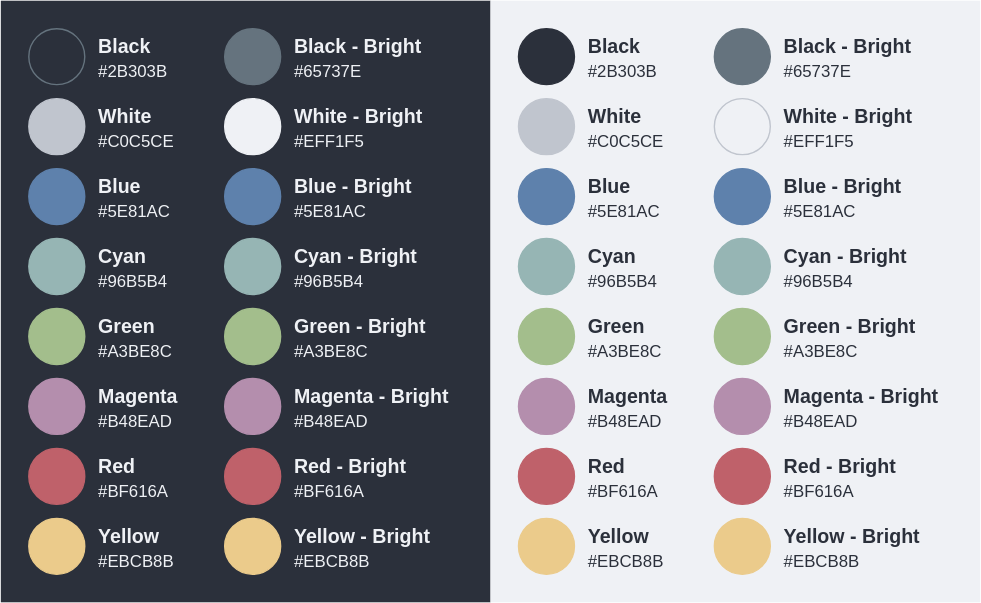
Before: _/base16.svg, a diagram exported from draw.io (kieranpotts/ocean). Source tidied: cells renumbered, new cells last; positions are measured from the earlier drawing's top-left corner, leaving out a move shared by most shapes.
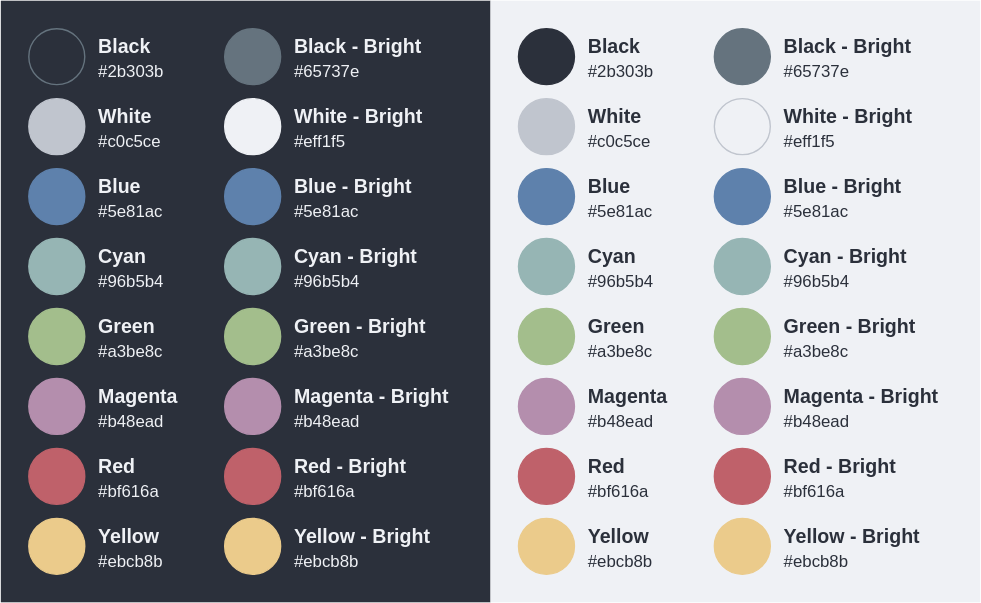
The same file after the commit.

Change to the diagram source:
```diff
@@ -31,24 +31,24 @@
     </mxCell>
-    <mxCell id="11" value="&lt;b&gt;Black&lt;/b&gt;&lt;br&gt;&lt;font style=&quot;font-size: 12px;&quot;&gt;#2B303B&lt;/font&gt;" style="text;html=1;strokeColor=none;fillColor=none;align=left;verticalAlign=top;whiteSpace=wrap;rounded=0;fontColor=#EFF1F5;spacing=0;fontSize=14;" parent="1" vertex="1">
+    <mxCell id="11" value="&lt;b&gt;Black&lt;/b&gt;&lt;br&gt;&lt;font style=&quot;font-size: 12px;&quot;&gt;#2b303b&lt;/font&gt;" style="text;html=1;strokeColor=none;fillColor=none;align=left;verticalAlign=top;whiteSpace=wrap;rounded=0;fontColor=#EFF1F5;spacing=0;fontSize=14;" parent="1" vertex="1">
       <mxGeometry x="70" y="20" width="90" height="40" as="geometry" />
     </mxCell>
-    <mxCell id="12" value="&lt;b&gt;Blue&lt;/b&gt;&lt;br&gt;&lt;font style=&quot;font-size: 12px;&quot;&gt;#5E81AC&lt;/font&gt;" style="text;html=1;strokeColor=none;fillColor=none;align=left;verticalAlign=top;whiteSpace=wrap;rounded=0;fontColor=#EFF1F5;spacing=0;fontSize=14;" parent="1" vertex="1">
+    <mxCell id="12" value="&lt;b&gt;Blue&lt;/b&gt;&lt;br&gt;&lt;font style=&quot;font-size: 12px;&quot;&gt;#5e81ac&lt;/font&gt;" style="text;html=1;strokeColor=none;fillColor=none;align=left;verticalAlign=top;whiteSpace=wrap;rounded=0;fontColor=#EFF1F5;spacing=0;fontSize=14;" parent="1" vertex="1">
       <mxGeometry x="70" y="120" width="90" height="40" as="geometry" />
     </mxCell>
-    <mxCell id="13" value="&lt;b&gt;Cyan&lt;/b&gt;&lt;br&gt;&lt;font style=&quot;font-size: 12px;&quot;&gt;#96B5B4&lt;/font&gt;" style="text;html=1;strokeColor=none;fillColor=none;align=left;verticalAlign=top;whiteSpace=wrap;rounded=0;fontColor=#EFF1F5;spacing=0;fontSize=14;" parent="1" vertex="1">
+    <mxCell id="13" value="&lt;b&gt;Cyan&lt;/b&gt;&lt;br&gt;&lt;font style=&quot;font-size: 12px;&quot;&gt;#96b5b4&lt;/font&gt;" style="text;html=1;strokeColor=none;fillColor=none;align=left;verticalAlign=top;whiteSpace=wrap;rounded=0;fontColor=#EFF1F5;spacing=0;fontSize=14;" parent="1" vertex="1">
       <mxGeometry x="70" y="170" width="90" height="40" as="geometry" />
     </mxCell>
-    <mxCell id="14" value="&lt;b&gt;Green&lt;/b&gt;&lt;br&gt;&lt;font style=&quot;font-size: 12px;&quot;&gt;#A3BE8C&lt;/font&gt;" style="text;html=1;strokeColor=none;fillColor=none;align=left;verticalAlign=top;whiteSpace=wrap;rounded=0;fontColor=#EFF1F5;spacing=0;fontSize=14;" parent="1" vertex="1">
+    <mxCell id="14" value="&lt;b&gt;Green&lt;/b&gt;&lt;br&gt;&lt;font style=&quot;font-size: 12px;&quot;&gt;#a3be8c&lt;/font&gt;" style="text;html=1;strokeColor=none;fillColor=none;align=left;verticalAlign=top;whiteSpace=wrap;rounded=0;fontColor=#EFF1F5;spacing=0;fontSize=14;" parent="1" vertex="1">
       <mxGeometry x="70" y="220" width="90" height="40" as="geometry" />
     </mxCell>
-    <mxCell id="15" value="&lt;b&gt;Magenta&lt;/b&gt;&lt;br&gt;&lt;font style=&quot;font-size: 12px;&quot;&gt;#B48EAD&lt;/font&gt;" style="text;html=1;strokeColor=none;fillColor=none;align=left;verticalAlign=top;whiteSpace=wrap;rounded=0;fontColor=#EFF1F5;spacing=0;fontSize=14;" parent="1" vertex="1">
+    <mxCell id="15" value="&lt;b&gt;Magenta&lt;/b&gt;&lt;br&gt;&lt;font style=&quot;font-size: 12px;&quot;&gt;#b48ead&lt;/font&gt;" style="text;html=1;strokeColor=none;fillColor=none;align=left;verticalAlign=top;whiteSpace=wrap;rounded=0;fontColor=#EFF1F5;spacing=0;fontSize=14;" parent="1" vertex="1">
       <mxGeometry x="70" y="270" width="90" height="40" as="geometry" />
     </mxCell>
-    <mxCell id="16" value="&lt;b&gt;Red&lt;/b&gt;&lt;br&gt;&lt;font style=&quot;font-size: 12px;&quot;&gt;#BF616A&lt;/font&gt;" style="text;html=1;strokeColor=none;fillColor=none;align=left;verticalAlign=top;whiteSpace=wrap;rounded=0;fontColor=#EFF1F5;spacing=0;fontSize=14;" parent="1" vertex="1">
+    <mxCell id="16" value="&lt;b&gt;Red&lt;/b&gt;&lt;br&gt;&lt;font style=&quot;font-size: 12px;&quot;&gt;#bf616a&lt;/font&gt;" style="text;html=1;strokeColor=none;fillColor=none;align=left;verticalAlign=top;whiteSpace=wrap;rounded=0;fontColor=#EFF1F5;spacing=0;fontSize=14;" parent="1" vertex="1">
       <mxGeometry x="70" y="320" width="90" height="40" as="geometry" />
     </mxCell>
-    <mxCell id="17" value="&lt;b&gt;White&lt;/b&gt;&lt;br&gt;&lt;font style=&quot;font-size: 12px;&quot;&gt;#C0C5CE&lt;/font&gt;" style="text;html=1;strokeColor=none;fillColor=none;align=left;verticalAlign=top;whiteSpace=wrap;rounded=0;fontColor=#EFF1F5;spacing=0;fontSize=14;" parent="1" vertex="1">
+    <mxCell id="17" value="&lt;b&gt;White&lt;/b&gt;&lt;br&gt;&lt;font style=&quot;font-size: 12px;&quot;&gt;#c0c5ce&lt;/font&gt;" style="text;html=1;strokeColor=none;fillColor=none;align=left;verticalAlign=top;whiteSpace=wrap;rounded=0;fontColor=#EFF1F5;spacing=0;fontSize=14;" parent="1" vertex="1">
       <mxGeometry x="70" y="70" width="90" height="40" as="geometry" />
     </mxCell>
-    <mxCell id="18" value="&lt;b&gt;Yellow&lt;/b&gt;&lt;br&gt;&lt;font style=&quot;font-size: 12px;&quot;&gt;#EBCB8B&lt;/font&gt;" style="text;html=1;strokeColor=none;fillColor=none;align=left;verticalAlign=top;whiteSpace=wrap;rounded=0;fontColor=#EFF1F5;spacing=0;fontSize=14;" parent="1" vertex="1">
+    <mxCell id="18" value="&lt;b&gt;Yellow&lt;/b&gt;&lt;br&gt;&lt;font style=&quot;font-size: 12px;&quot;&gt;#ebcb8b&lt;/font&gt;" style="text;html=1;strokeColor=none;fillColor=none;align=left;verticalAlign=top;whiteSpace=wrap;rounded=0;fontColor=#EFF1F5;spacing=0;fontSize=14;" parent="1" vertex="1">
       <mxGeometry x="70" y="370" width="90" height="40" as="geometry" />
@@ -79,24 +79,24 @@
     </mxCell>
-    <mxCell id="27" value="&lt;b&gt;Black - Bright&lt;/b&gt;&lt;br&gt;&lt;font style=&quot;font-size: 12px;&quot;&gt;#65737E&lt;/font&gt;" style="text;html=1;strokeColor=none;fillColor=none;align=left;verticalAlign=top;whiteSpace=wrap;rounded=0;fontColor=#EFF1F5;spacing=0;fontSize=14;" parent="1" vertex="1">
+    <mxCell id="27" value="&lt;b&gt;Black - Bright&lt;/b&gt;&lt;br&gt;&lt;font style=&quot;font-size: 12px;&quot;&gt;#65737e&lt;/font&gt;" style="text;html=1;strokeColor=none;fillColor=none;align=left;verticalAlign=top;whiteSpace=wrap;rounded=0;fontColor=#EFF1F5;spacing=0;fontSize=14;" parent="1" vertex="1">
       <mxGeometry x="210" y="20" width="120" height="40" as="geometry" />
     </mxCell>
-    <mxCell id="28" value="&lt;b&gt;Blue - Bright&lt;/b&gt;&lt;br&gt;&lt;font style=&quot;font-size: 12px;&quot;&gt;#5E81AC&lt;/font&gt;" style="text;html=1;strokeColor=none;fillColor=none;align=left;verticalAlign=top;whiteSpace=wrap;rounded=0;fontColor=#EFF1F5;spacing=0;fontSize=14;" parent="1" vertex="1">
+    <mxCell id="28" value="&lt;b&gt;Blue - Bright&lt;/b&gt;&lt;br&gt;&lt;font style=&quot;font-size: 12px;&quot;&gt;#&lt;/font&gt;&lt;span style=&quot;font-size: 12px;&quot;&gt;5e81ac&lt;/span&gt;" style="text;html=1;strokeColor=none;fillColor=none;align=left;verticalAlign=top;whiteSpace=wrap;rounded=0;fontColor=#EFF1F5;spacing=0;fontSize=14;" parent="1" vertex="1">
       <mxGeometry x="210" y="120" width="120" height="40" as="geometry" />
     </mxCell>
-    <mxCell id="29" value="&lt;b&gt;Cyan - Bright&lt;/b&gt;&lt;br&gt;&lt;font style=&quot;font-size: 12px;&quot;&gt;#96B5B4&lt;/font&gt;" style="text;html=1;strokeColor=none;fillColor=none;align=left;verticalAlign=top;whiteSpace=wrap;rounded=0;fontColor=#EFF1F5;spacing=0;fontSize=14;" parent="1" vertex="1">
+    <mxCell id="29" value="&lt;b&gt;Cyan - Bright&lt;/b&gt;&lt;br&gt;&lt;font style=&quot;font-size: 12px;&quot;&gt;#&lt;/font&gt;&lt;span style=&quot;font-size: 12px;&quot;&gt;96b5b4&lt;/span&gt;" style="text;html=1;strokeColor=none;fillColor=none;align=left;verticalAlign=top;whiteSpace=wrap;rounded=0;fontColor=#EFF1F5;spacing=0;fontSize=14;" parent="1" vertex="1">
       <mxGeometry x="210" y="170" width="120" height="40" as="geometry" />
     </mxCell>
-    <mxCell id="30" value="&lt;b&gt;Green - Bright&lt;/b&gt;&lt;br&gt;&lt;font style=&quot;font-size: 12px;&quot;&gt;#A3BE8C&lt;/font&gt;" style="text;html=1;strokeColor=none;fillColor=none;align=left;verticalAlign=top;whiteSpace=wrap;rounded=0;fontColor=#EFF1F5;spacing=0;fontSize=14;" parent="1" vertex="1">
+    <mxCell id="30" value="&lt;b&gt;Green - Bright&lt;/b&gt;&lt;br&gt;&lt;font style=&quot;font-size: 12px;&quot;&gt;#&lt;/font&gt;&lt;span style=&quot;font-size: 12px;&quot;&gt;a3be8c&lt;/span&gt;" style="text;html=1;strokeColor=none;fillColor=none;align=left;verticalAlign=top;whiteSpace=wrap;rounded=0;fontColor=#EFF1F5;spacing=0;fontSize=14;" parent="1" vertex="1">
       <mxGeometry x="210" y="220" width="120" height="40" as="geometry" />
     </mxCell>
-    <mxCell id="31" value="&lt;b&gt;Magenta - Bright&lt;/b&gt;&lt;br&gt;&lt;font style=&quot;font-size: 12px;&quot;&gt;#B48EAD&lt;/font&gt;" style="text;html=1;strokeColor=none;fillColor=none;align=left;verticalAlign=top;whiteSpace=wrap;rounded=0;fontColor=#EFF1F5;spacing=0;fontSize=14;" parent="1" vertex="1">
+    <mxCell id="31" value="&lt;b&gt;Magenta - Bright&lt;/b&gt;&lt;br&gt;&lt;font style=&quot;font-size: 12px;&quot;&gt;#&lt;/font&gt;&lt;span style=&quot;font-size: 12px;&quot;&gt;b48ead&lt;/span&gt;" style="text;html=1;strokeColor=none;fillColor=none;align=left;verticalAlign=top;whiteSpace=wrap;rounded=0;fontColor=#EFF1F5;spacing=0;fontSize=14;" parent="1" vertex="1">
       <mxGeometry x="210" y="270" width="120" height="40" as="geometry" />
     </mxCell>
-    <mxCell id="32" value="&lt;b&gt;Red - Bright&lt;/b&gt;&lt;br&gt;&lt;font style=&quot;font-size: 12px;&quot;&gt;#BF616A&lt;/font&gt;" style="text;html=1;strokeColor=none;fillColor=none;align=left;verticalAlign=top;whiteSpace=wrap;rounded=0;fontColor=#EFF1F5;spacing=0;fontSize=14;" parent="1" vertex="1">
+    <mxCell id="32" value="&lt;b&gt;Red - Bright&lt;/b&gt;&lt;br&gt;&lt;font style=&quot;font-size: 12px;&quot;&gt;#&lt;/font&gt;&lt;span style=&quot;font-size: 12px;&quot;&gt;bf616a&lt;/span&gt;" style="text;html=1;strokeColor=none;fillColor=none;align=left;verticalAlign=top;whiteSpace=wrap;rounded=0;fontColor=#EFF1F5;spacing=0;fontSize=14;" parent="1" vertex="1">
       <mxGeometry x="210" y="320" width="120" height="40" as="geometry" />
     </mxCell>
-    <mxCell id="33" value="&lt;b&gt;White - Bright&lt;/b&gt;&lt;br&gt;&lt;font style=&quot;font-size: 12px;&quot;&gt;#EFF1F5&lt;/font&gt;" style="text;html=1;strokeColor=none;fillColor=none;align=left;verticalAlign=top;whiteSpace=wrap;rounded=0;fontColor=#EFF1F5;spacing=0;fontSize=14;" parent="1" vertex="1">
+    <mxCell id="33" value="&lt;b&gt;White - Bright&lt;/b&gt;&lt;br&gt;&lt;font style=&quot;font-size: 12px;&quot;&gt;#eff1f5&lt;/font&gt;" style="text;html=1;strokeColor=none;fillColor=none;align=left;verticalAlign=top;whiteSpace=wrap;rounded=0;fontColor=#EFF1F5;spacing=0;fontSize=14;" parent="1" vertex="1">
       <mxGeometry x="210" y="70" width="120" height="40" as="geometry" />
     </mxCell>
-    <mxCell id="34" value="&lt;b&gt;Yellow - Bright&lt;/b&gt;&lt;br&gt;&lt;font style=&quot;font-size: 12px;&quot;&gt;#EBCB8B&lt;/font&gt;" style="text;html=1;strokeColor=none;fillColor=none;align=left;verticalAlign=top;whiteSpace=wrap;rounded=0;fontColor=#EFF1F5;spacing=0;fontSize=14;" parent="1" vertex="1">
+    <mxCell id="34" value="&lt;b&gt;Yellow - Bright&lt;/b&gt;&lt;br&gt;&lt;font style=&quot;font-size: 12px;&quot;&gt;#&lt;/font&gt;&lt;span style=&quot;font-size: 12px;&quot;&gt;ebcb8b&lt;/span&gt;" style="text;html=1;strokeColor=none;fillColor=none;align=left;verticalAlign=top;whiteSpace=wrap;rounded=0;fontColor=#EFF1F5;spacing=0;fontSize=14;" parent="1" vertex="1">
       <mxGeometry x="210" y="370" width="120" height="40" as="geometry" />
@@ -130,24 +130,24 @@
     </mxCell>
-    <mxCell id="44" value="&lt;b&gt;Black&lt;/b&gt;&lt;br&gt;&lt;font style=&quot;font-size: 12px;&quot;&gt;#2B303B&lt;/font&gt;" style="text;html=1;strokeColor=none;fillColor=none;align=left;verticalAlign=top;whiteSpace=wrap;rounded=0;fontColor=#2B303B;spacing=0;fontSize=14;" parent="1" vertex="1">
+    <mxCell id="44" value="&lt;b&gt;Black&lt;/b&gt;&lt;br&gt;&lt;font style=&quot;font-size: 12px;&quot;&gt;#2b303b&lt;/font&gt;" style="text;html=1;strokeColor=none;fillColor=none;align=left;verticalAlign=top;whiteSpace=wrap;rounded=0;fontColor=#2B303B;spacing=0;fontSize=14;" parent="1" vertex="1">
       <mxGeometry x="420" y="20" width="90" height="40" as="geometry" />
     </mxCell>
-    <mxCell id="45" value="&lt;b&gt;Blue&lt;/b&gt;&lt;br&gt;&lt;font style=&quot;font-size: 12px;&quot;&gt;#5E81AC&lt;/font&gt;" style="text;html=1;strokeColor=none;fillColor=none;align=left;verticalAlign=top;whiteSpace=wrap;rounded=0;fontColor=#2B303B;spacing=0;fontSize=14;" parent="1" vertex="1">
+    <mxCell id="45" value="&lt;b&gt;Blue&lt;/b&gt;&lt;br&gt;&lt;font style=&quot;font-size: 12px;&quot;&gt;#5e81ac&lt;/font&gt;" style="text;html=1;strokeColor=none;fillColor=none;align=left;verticalAlign=top;whiteSpace=wrap;rounded=0;fontColor=#2B303B;spacing=0;fontSize=14;" parent="1" vertex="1">
       <mxGeometry x="420" y="120" width="90" height="40" as="geometry" />
     </mxCell>
-    <mxCell id="46" value="&lt;b&gt;Cyan&lt;/b&gt;&lt;br&gt;&lt;font style=&quot;font-size: 12px;&quot;&gt;#96B5B4&lt;/font&gt;" style="text;html=1;strokeColor=none;fillColor=none;align=left;verticalAlign=top;whiteSpace=wrap;rounded=0;fontColor=#2B303B;spacing=0;fontSize=14;" parent="1" vertex="1">
+    <mxCell id="46" value="&lt;b&gt;Cyan&lt;/b&gt;&lt;br&gt;&lt;font style=&quot;font-size: 12px;&quot;&gt;#96b5b4&lt;/font&gt;" style="text;html=1;strokeColor=none;fillColor=none;align=left;verticalAlign=top;whiteSpace=wrap;rounded=0;fontColor=#2B303B;spacing=0;fontSize=14;" parent="1" vertex="1">
       <mxGeometry x="420" y="170" width="90" height="40" as="geometry" />
     </mxCell>
-    <mxCell id="47" value="&lt;b&gt;Green&lt;/b&gt;&lt;br&gt;&lt;font style=&quot;font-size: 12px;&quot;&gt;#A3BE8C&lt;/font&gt;" style="text;html=1;strokeColor=none;fillColor=none;align=left;verticalAlign=top;whiteSpace=wrap;rounded=0;fontColor=#2B303B;spacing=0;fontSize=14;" parent="1" vertex="1">
+    <mxCell id="47" value="&lt;b&gt;Green&lt;/b&gt;&lt;br&gt;&lt;font style=&quot;font-size: 12px;&quot;&gt;#a3be8c&lt;/font&gt;" style="text;html=1;strokeColor=none;fillColor=none;align=left;verticalAlign=top;whiteSpace=wrap;rounded=0;fontColor=#2B303B;spacing=0;fontSize=14;" parent="1" vertex="1">
       <mxGeometry x="420" y="220" width="90" height="40" as="geometry" />
     </mxCell>
-    <mxCell id="48" value="&lt;b&gt;Magenta&lt;/b&gt;&lt;br&gt;&lt;font style=&quot;font-size: 12px;&quot;&gt;#B48EAD&lt;/font&gt;" style="text;html=1;strokeColor=none;fillColor=none;align=left;verticalAlign=top;whiteSpace=wrap;rounded=0;fontColor=#2B303B;spacing=0;fontSize=14;" parent="1" vertex="1">
+    <mxCell id="48" value="&lt;b&gt;Magenta&lt;/b&gt;&lt;br&gt;&lt;font style=&quot;font-size: 12px;&quot;&gt;#b48ead&lt;/font&gt;" style="text;html=1;strokeColor=none;fillColor=none;align=left;verticalAlign=top;whiteSpace=wrap;rounded=0;fontColor=#2B303B;spacing=0;fontSize=14;" parent="1" vertex="1">
       <mxGeometry x="420" y="270" width="90" height="40" as="geometry" />
     </mxCell>
-    <mxCell id="49" value="&lt;b&gt;Red&lt;/b&gt;&lt;br&gt;&lt;font style=&quot;font-size: 12px;&quot;&gt;#BF616A&lt;/font&gt;" style="text;html=1;strokeColor=none;fillColor=none;align=left;verticalAlign=top;whiteSpace=wrap;rounded=0;fontColor=#2B303B;spacing=0;fontSize=14;" parent="1" vertex="1">
+    <mxCell id="49" value="&lt;b&gt;Red&lt;/b&gt;&lt;br&gt;&lt;font style=&quot;font-size: 12px;&quot;&gt;#bf616a&lt;/font&gt;" style="text;html=1;strokeColor=none;fillColor=none;align=left;verticalAlign=top;whiteSpace=wrap;rounded=0;fontColor=#2B303B;spacing=0;fontSize=14;" parent="1" vertex="1">
       <mxGeometry x="420" y="320" width="90" height="40" as="geometry" />
     </mxCell>
-    <mxCell id="50" value="&lt;b&gt;White&lt;/b&gt;&lt;br&gt;&lt;font style=&quot;font-size: 12px;&quot;&gt;#C0C5CE&lt;/font&gt;" style="text;html=1;strokeColor=none;fillColor=none;align=left;verticalAlign=top;whiteSpace=wrap;rounded=0;fontColor=#2B303B;spacing=0;fontSize=14;" parent="1" vertex="1">
+    <mxCell id="50" value="&lt;b&gt;White&lt;/b&gt;&lt;br&gt;&lt;font style=&quot;font-size: 12px;&quot;&gt;#c0c5ce&lt;/font&gt;" style="text;html=1;strokeColor=none;fillColor=none;align=left;verticalAlign=top;whiteSpace=wrap;rounded=0;fontColor=#2B303B;spacing=0;fontSize=14;" parent="1" vertex="1">
       <mxGeometry x="420" y="70" width="90" height="40" as="geometry" />
     </mxCell>
-    <mxCell id="51" value="&lt;b&gt;Yellow&lt;/b&gt;&lt;br&gt;&lt;font style=&quot;font-size: 12px;&quot;&gt;#EBCB8B&lt;/font&gt;" style="text;html=1;strokeColor=none;fillColor=none;align=left;verticalAlign=top;whiteSpace=wrap;rounded=0;fontColor=#2B303B;spacing=0;fontSize=14;" parent="1" vertex="1">
+    <mxCell id="51" value="&lt;b&gt;Yellow&lt;/b&gt;&lt;br&gt;&lt;font style=&quot;font-size: 12px;&quot;&gt;#ebcb8b&lt;/font&gt;" style="text;html=1;strokeColor=none;fillColor=none;align=left;verticalAlign=top;whiteSpace=wrap;rounded=0;fontColor=#2B303B;spacing=0;fontSize=14;" parent="1" vertex="1">
       <mxGeometry x="420" y="370" width="90" height="40" as="geometry" />
@@ -178,24 +178,24 @@
     </mxCell>
-    <mxCell id="60" value="&lt;b&gt;Black - Bright&lt;/b&gt;&lt;br&gt;&lt;font style=&quot;font-size: 12px;&quot;&gt;#65737E&lt;/font&gt;" style="text;html=1;strokeColor=none;fillColor=none;align=left;verticalAlign=top;whiteSpace=wrap;rounded=0;fontColor=#2B303B;spacing=0;fontSize=14;" parent="1" vertex="1">
+    <mxCell id="60" value="&lt;b&gt;Black - Bright&lt;/b&gt;&lt;br&gt;&lt;font style=&quot;font-size: 12px;&quot;&gt;#65737e&lt;/font&gt;" style="text;html=1;strokeColor=none;fillColor=none;align=left;verticalAlign=top;whiteSpace=wrap;rounded=0;fontColor=#2B303B;spacing=0;fontSize=14;" parent="1" vertex="1">
       <mxGeometry x="560" y="20" width="120" height="40" as="geometry" />
     </mxCell>
-    <mxCell id="61" value="&lt;b&gt;Blue - Bright&lt;/b&gt;&lt;br&gt;&lt;font style=&quot;font-size: 12px;&quot;&gt;#5E81AC&lt;/font&gt;" style="text;html=1;strokeColor=none;fillColor=none;align=left;verticalAlign=top;whiteSpace=wrap;rounded=0;fontColor=#2B303B;spacing=0;fontSize=14;" parent="1" vertex="1">
+    <mxCell id="61" value="&lt;b&gt;Blue - Bright&lt;/b&gt;&lt;br&gt;&lt;font style=&quot;font-size: 12px;&quot;&gt;#&lt;/font&gt;&lt;span style=&quot;font-size: 12px;&quot;&gt;5e81ac&lt;/span&gt;" style="text;html=1;strokeColor=none;fillColor=none;align=left;verticalAlign=top;whiteSpace=wrap;rounded=0;fontColor=#2B303B;spacing=0;fontSize=14;" parent="1" vertex="1">
       <mxGeometry x="560" y="120" width="120" height="40" as="geometry" />
     </mxCell>
-    <mxCell id="62" value="&lt;b&gt;Cyan - Bright&lt;/b&gt;&lt;br&gt;&lt;font style=&quot;font-size: 12px;&quot;&gt;#96B5B4&lt;/font&gt;" style="text;html=1;strokeColor=none;fillColor=none;align=left;verticalAlign=top;whiteSpace=wrap;rounded=0;fontColor=#2B303B;spacing=0;fontSize=14;" parent="1" vertex="1">
+    <mxCell id="62" value="&lt;b&gt;Cyan - Bright&lt;/b&gt;&lt;br&gt;&lt;font style=&quot;font-size: 12px;&quot;&gt;#&lt;/font&gt;&lt;span style=&quot;font-size: 12px;&quot;&gt;96b5b4&lt;/span&gt;" style="text;html=1;strokeColor=none;fillColor=none;align=left;verticalAlign=top;whiteSpace=wrap;rounded=0;fontColor=#2B303B;spacing=0;fontSize=14;" parent="1" vertex="1">
       <mxGeometry x="560" y="170" width="120" height="40" as="geometry" />
     </mxCell>
-    <mxCell id="63" value="&lt;b&gt;Green - Bright&lt;/b&gt;&lt;br&gt;&lt;font style=&quot;font-size: 12px;&quot;&gt;#A3BE8C&lt;/font&gt;" style="text;html=1;strokeColor=none;fillColor=none;align=left;verticalAlign=top;whiteSpace=wrap;rounded=0;fontColor=#2B303B;spacing=0;fontSize=14;" parent="1" vertex="1">
+    <mxCell id="63" value="&lt;b&gt;Green - Bright&lt;/b&gt;&lt;br&gt;&lt;font style=&quot;font-size: 12px;&quot;&gt;#&lt;/font&gt;&lt;span style=&quot;font-size: 12px;&quot;&gt;a3be8c&lt;/span&gt;" style="text;html=1;strokeColor=none;fillColor=none;align=left;verticalAlign=top;whiteSpace=wrap;rounded=0;fontColor=#2B303B;spacing=0;fontSize=14;" parent="1" vertex="1">
       <mxGeometry x="560" y="220" width="120" height="40" as="geometry" />
     </mxCell>
-    <mxCell id="64" value="&lt;b&gt;Magenta - Bright&lt;/b&gt;&lt;br&gt;&lt;font style=&quot;font-size: 12px;&quot;&gt;#B48EAD&lt;/font&gt;" style="text;html=1;strokeColor=none;fillColor=none;align=left;verticalAlign=top;whiteSpace=wrap;rounded=0;fontColor=#2B303B;spacing=0;fontSize=14;" parent="1" vertex="1">
+    <mxCell id="64" value="&lt;b&gt;Magenta - Bright&lt;/b&gt;&lt;br&gt;&lt;font style=&quot;font-size: 12px;&quot;&gt;#&lt;/font&gt;&lt;span style=&quot;font-size: 12px;&quot;&gt;b48ead&lt;/span&gt;" style="text;html=1;strokeColor=none;fillColor=none;align=left;verticalAlign=top;whiteSpace=wrap;rounded=0;fontColor=#2B303B;spacing=0;fontSize=14;" parent="1" vertex="1">
       <mxGeometry x="560" y="270" width="120" height="40" as="geometry" />
     </mxCell>
-    <mxCell id="65" value="&lt;b&gt;Red - Bright&lt;/b&gt;&lt;br&gt;&lt;font style=&quot;font-size: 12px;&quot;&gt;#BF616A&lt;/font&gt;" style="text;html=1;strokeColor=none;fillColor=none;align=left;verticalAlign=top;whiteSpace=wrap;rounded=0;fontColor=#2B303B;spacing=0;fontSize=14;" parent="1" vertex="1">
+    <mxCell id="65" value="&lt;b&gt;Red - Bright&lt;/b&gt;&lt;br&gt;&lt;font style=&quot;font-size: 12px;&quot;&gt;#&lt;/font&gt;&lt;span style=&quot;font-size: 12px;&quot;&gt;bf616a&lt;/span&gt;" style="text;html=1;strokeColor=none;fillColor=none;align=left;verticalAlign=top;whiteSpace=wrap;rounded=0;fontColor=#2B303B;spacing=0;fontSize=14;" parent="1" vertex="1">
       <mxGeometry x="560" y="320" width="120" height="40" as="geometry" />
     </mxCell>
-    <mxCell id="66" value="&lt;b&gt;White - Bright&lt;/b&gt;&lt;br&gt;&lt;font style=&quot;font-size: 12px;&quot;&gt;#EFF1F5&lt;/font&gt;" style="text;html=1;strokeColor=none;fillColor=none;align=left;verticalAlign=top;whiteSpace=wrap;rounded=0;fontColor=#2B303B;spacing=0;fontSize=14;" parent="1" vertex="1">
+    <mxCell id="66" value="&lt;b&gt;White - Bright&lt;/b&gt;&lt;br&gt;&lt;font style=&quot;font-size: 12px;&quot;&gt;#eff1f5&lt;/font&gt;" style="text;html=1;strokeColor=none;fillColor=none;align=left;verticalAlign=top;whiteSpace=wrap;rounded=0;fontColor=#2B303B;spacing=0;fontSize=14;" parent="1" vertex="1">
       <mxGeometry x="560" y="70" width="120" height="40" as="geometry" />
     </mxCell>
-    <mxCell id="67" value="&lt;b&gt;Yellow - Bright&lt;/b&gt;&lt;br&gt;&lt;font style=&quot;font-size: 12px;&quot;&gt;#EBCB8B&lt;/font&gt;" style="text;html=1;strokeColor=none;fillColor=none;align=left;verticalAlign=top;whiteSpace=wrap;rounded=0;fontColor=#2B303B;spacing=0;fontSize=14;" parent="1" vertex="1">
+    <mxCell id="67" value="&lt;b&gt;Yellow - Bright&lt;/b&gt;&lt;br&gt;&lt;font style=&quot;font-size: 12px;&quot;&gt;#&lt;/font&gt;&lt;span style=&quot;font-size: 12px;&quot;&gt;ebcb8b&lt;/span&gt;" style="text;html=1;strokeColor=none;fillColor=none;align=left;verticalAlign=top;whiteSpace=wrap;rounded=0;fontColor=#2B303B;spacing=0;fontSize=14;" parent="1" vertex="1">
       <mxGeometry x="560" y="370" width="120" height="40" as="geometry" />
```
